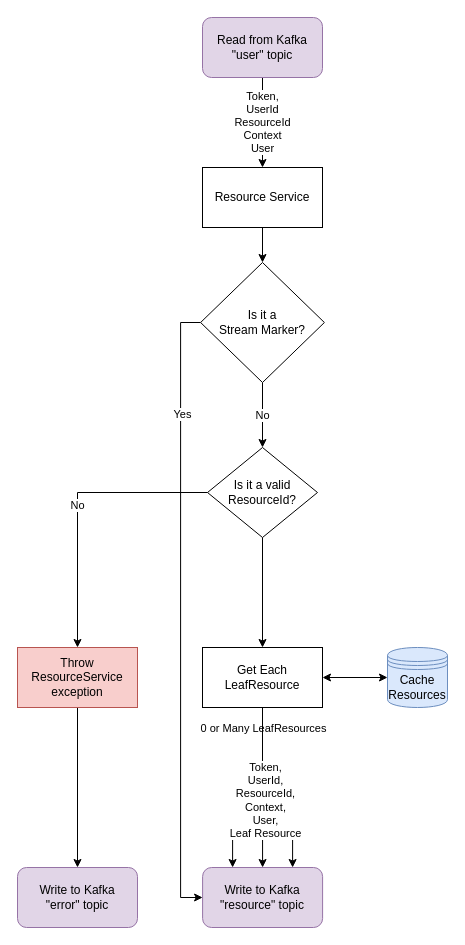
The draw.io diagram resource-service/doc/resource-service.drawio in gchq/Palisade-services, before the edit. Source tidied: cells renumbered, new cells numbered last; positions are measured from the earlier drawing's top-left corner, leaving out a move shared by most shapes. Both pictures are drawn from the tidied source at 100%, with x=0, y=0 at pixel (17, 17).
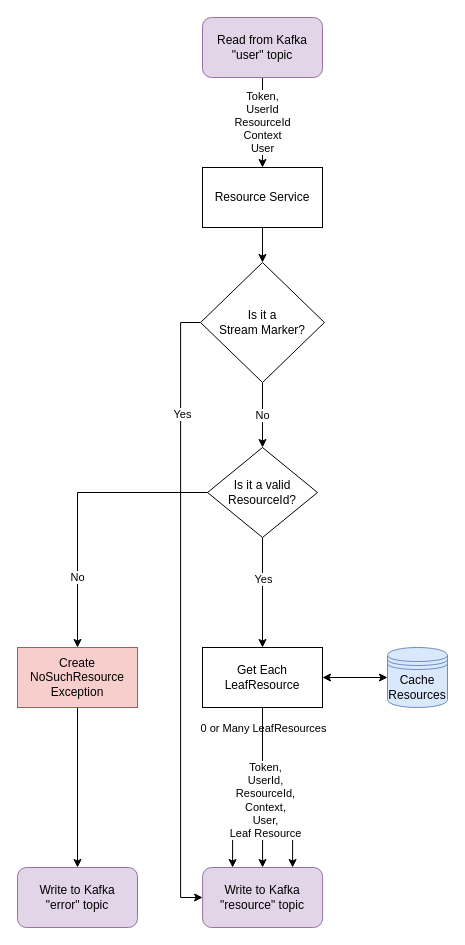
After the change.

The change refers to these unchanged cells:
```xml
<mxCell id="7" style="edgeStyle=orthogonalEdgeStyle;rounded=0;jettySize=auto;html=1;" parent="1" edge="1" source="9" target="15">
  <mxGeometry relative="1" as="geometry" />
</mxCell>
<mxCell id="9" value="Is it a valid ResourceId?" style="rhombus;whiteSpace=wrap;html=1;" parent="1" vertex="1">
  <mxGeometry x="190" y="430" width="110" height="90" as="geometry" />
</mxCell>
```

The edit, as a diff of the source:
```diff
@@
+    <mxCell id="25" value="Yes" style="edgeLabel;html=1;align=center;verticalAlign=middle;" parent="7" vertex="1">
+      <mxGeometry x="-0.25" relative="1" as="geometry" />
+    </mxCell>
     <mxCell id="8" value="No" style="edgeStyle=orthogonalEdgeStyle;rounded=0;jettySize=auto;html=1;exitX=0;exitY=0.5;exitDx=0;exitDy=0;" parent="1" edge="1" source="9" target="11">
-      <mxGeometry relative="1" as="geometry" />
+      <mxGeometry x="0.51" relative="1" as="geometry" />
     </mxCell>
@@
-    <mxCell id="11" value="Throw ResourceService exception" style="rounded=0;whiteSpace=wrap;html=1;fillColor=#f8cecc;strokeColor=#b85450;" parent="1" vertex="1">
+    <mxCell id="11" value="Create NoSuchResource Exception" style="rounded=0;whiteSpace=wrap;html=1;fillColor=#f8cecc;strokeColor=#b85450;" parent="1" vertex="1">
       <mxGeometry y="630" width="120" height="60" as="geometry" />
     </mxCell>
```
